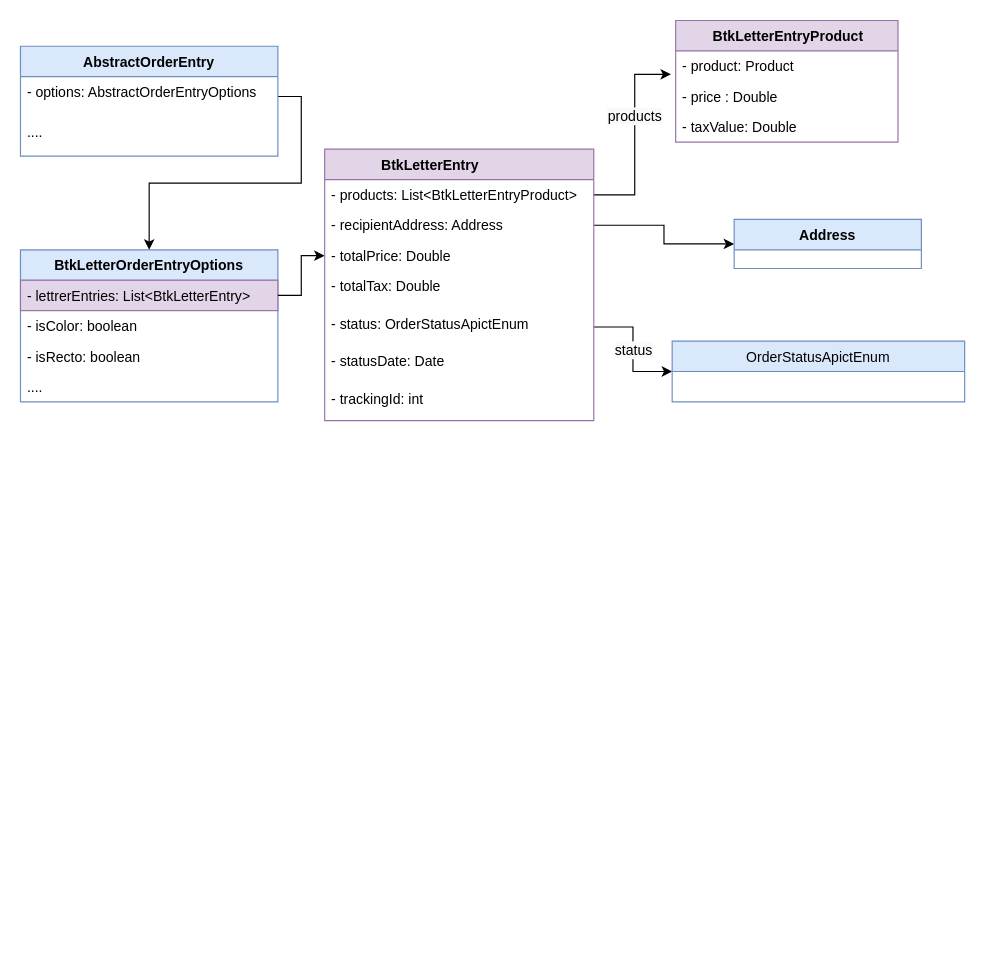
Earlier version of the draw.io diagram eboutique pli letter conception.drawio (elaissoussi/draw.io). Source tidied: cells renumbered, new cells numbered last; positions are measured from the earlier drawing's top-left corner, leaving out a move shared by most shapes. Both pictures are drawn from the tidied source at 117%, with x=0, y=0 at pixel (20, 20).
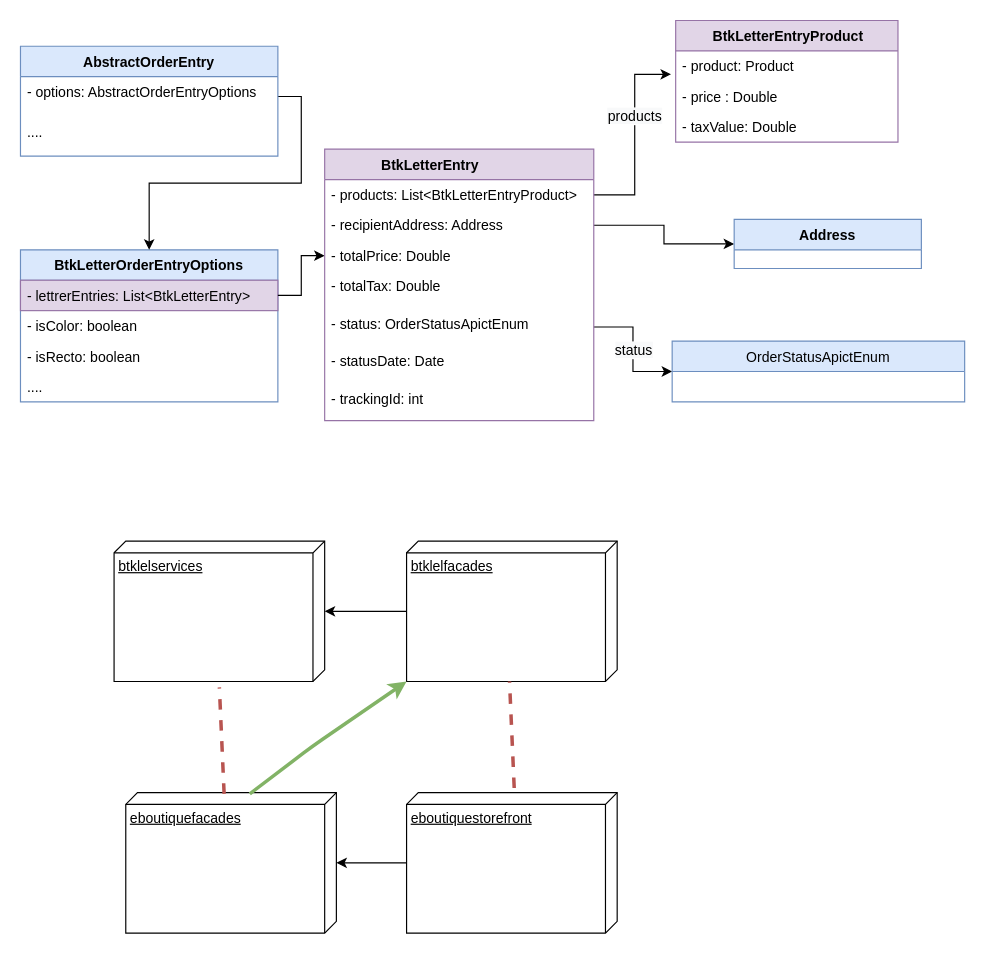
The same page after the edit.

What changed in the source:
```diff
@@
+    <mxCell id="30" value="btklelservices" style="verticalAlign=top;align=left;spacingTop=8;spacingLeft=2;spacingRight=12;shape=cube;size=10;direction=south;fontStyle=4;html=1;" parent="1" vertex="1">
+      <mxGeometry x="80" y="445" width="180" height="120" as="geometry" />
+    </mxCell>
+    <mxCell id="31" style="edgeStyle=orthogonalEdgeStyle;rounded=0;jettySize=auto;html=1;" parent="1" edge="1" source="32" target="30">
+      <mxGeometry relative="1" as="geometry" />
+    </mxCell>
+    <mxCell id="32" value="btklelfacades" style="verticalAlign=top;align=left;spacingTop=8;spacingLeft=2;spacingRight=12;shape=cube;size=10;direction=south;fontStyle=4;html=1;" parent="1" vertex="1">
+      <mxGeometry x="330" y="445" width="180" height="120" as="geometry" />
+    </mxCell>
+    <mxCell id="33" value="eboutiquefacades" style="verticalAlign=top;align=left;spacingTop=8;spacingLeft=2;spacingRight=12;shape=cube;size=10;direction=south;fontStyle=4;html=1;" parent="1" vertex="1">
+      <mxGeometry x="90" y="660" width="180" height="120" as="geometry" />
+    </mxCell>
+    <mxCell id="34" style="edgeStyle=orthogonalEdgeStyle;rounded=0;jettySize=auto;html=1;" parent="1" edge="1" source="35" target="33">
+      <mxGeometry relative="1" as="geometry" />
+    </mxCell>
+    <mxCell id="35" value="eboutiquestorefront" style="verticalAlign=top;align=left;spacingTop=8;spacingLeft=2;spacingRight=12;shape=cube;size=10;direction=south;fontStyle=4;html=1;" parent="1" vertex="1">
+      <mxGeometry x="330" y="660" width="180" height="120" as="geometry" />
+    </mxCell>
+    <mxCell id="36" style="endArrow=classic;html=1;fillColor=#f8cecc;strokeColor=none;strokeWidth=3;exitX=0;exitY=0;exitDx=0;exitDy=85;exitPerimeter=0;entryX=1;entryY=0.583;entryDx=0;entryDy=0;entryPerimeter=0;" parent="1" edge="1" source="33" target="30">
+      <mxGeometry relative="1" as="geometry" />
+    </mxCell>
+    <mxCell id="37" style="endArrow=none;dashed=1;html=1;strokeWidth=3;exitX=0.008;exitY=0.533;exitDx=0;exitDy=0;exitPerimeter=0;fillColor=#f8cecc;strokeColor=#b85450;" parent="1" edge="1" source="33">
+      <mxGeometry relative="1" as="geometry">
+        <mxPoint x="170" y="570" as="targetPoint" />
+      </mxGeometry>
+    </mxCell>
+    <mxCell id="38" style="endArrow=none;dashed=1;html=1;strokeWidth=3;exitX=0.008;exitY=0.533;exitDx=0;exitDy=0;exitPerimeter=0;fillColor=#f8cecc;strokeColor=#b85450;jumpStyle=arc;endFill=1;" parent="1" edge="1">
+      <mxGeometry relative="1" as="geometry">
+        <mxPoint x="422" y="656" as="sourcePoint" />
+        <mxPoint x="418" y="565" as="targetPoint" />
+      </mxGeometry>
+    </mxCell>
+    <mxCell id="39" style="endArrow=classic;html=1;strokeWidth=3;exitX=0.008;exitY=0.411;exitDx=0;exitDy=0;exitPerimeter=0;entryX=1;entryY=1;entryDx=0;entryDy=0;entryPerimeter=0;fillColor=#d5e8d4;strokeColor=#82b366;" parent="1" edge="1" source="33" target="32">
+      <mxGeometry relative="1" as="geometry">
+        <Array as="points">
+          <mxPoint x="250" y="620" />
+        </Array>
+      </mxGeometry>
+    </mxCell>
```
